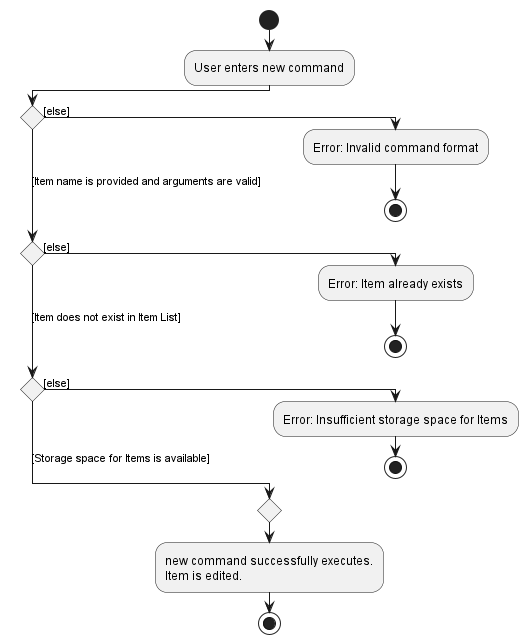
Earlier version of the PlantUML export docs/images/NewItemActivityDiagram.png (nus-cs2103-AY2223S1/tp).
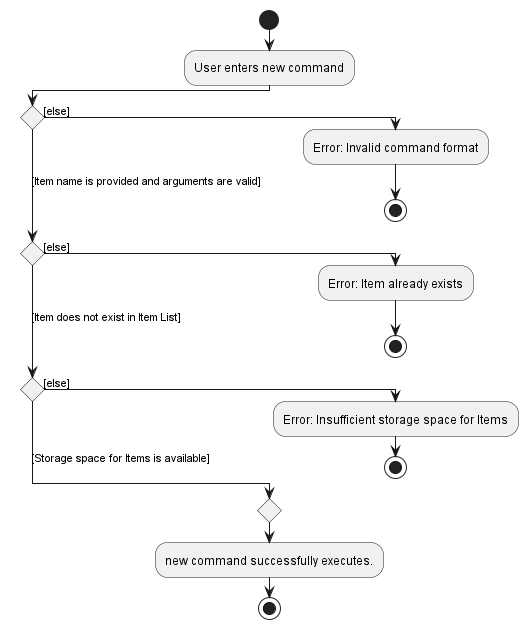
The same file after the commit.

Commit message:
Fix DG UML diagrams

Diff of the diagram source:
```diff
@@ -13,8 +13,7 @@
   stop
  else ([Storage space for Items is available])
 endif
-  :new command successfully executes.
-Item is edited.;
+  :new command successfully executes.;
 stop
 
 @enduml
```
